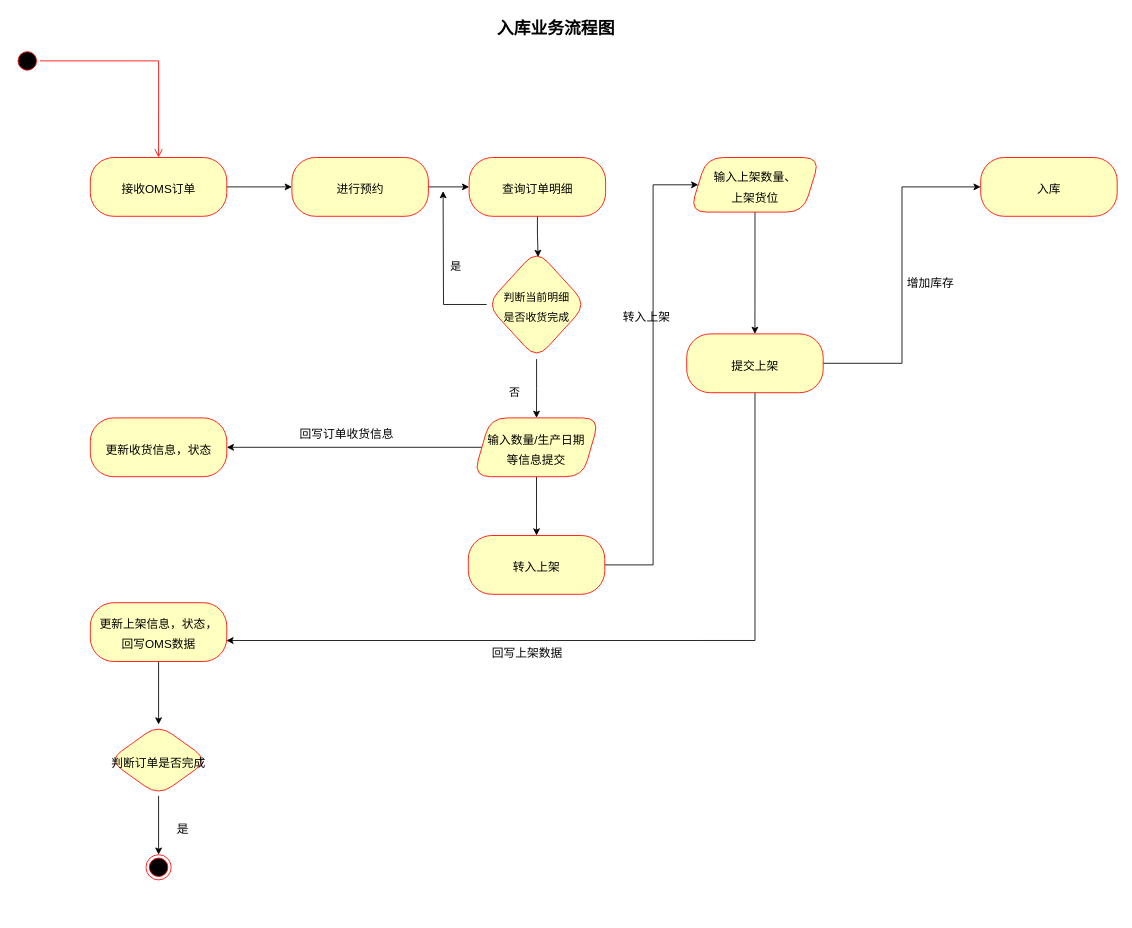
The draw.io diagram pdf/入库业务流程图.drawio in mstao/static, before the edit. Source tidied: cells renumbered, new cells numbered last; positions are measured from the earlier drawing's top-left corner, leaving out a move shared by most shapes. Both pictures are drawn from the tidied source at 84%, with x=0, y=0 at pixel (14, 14).
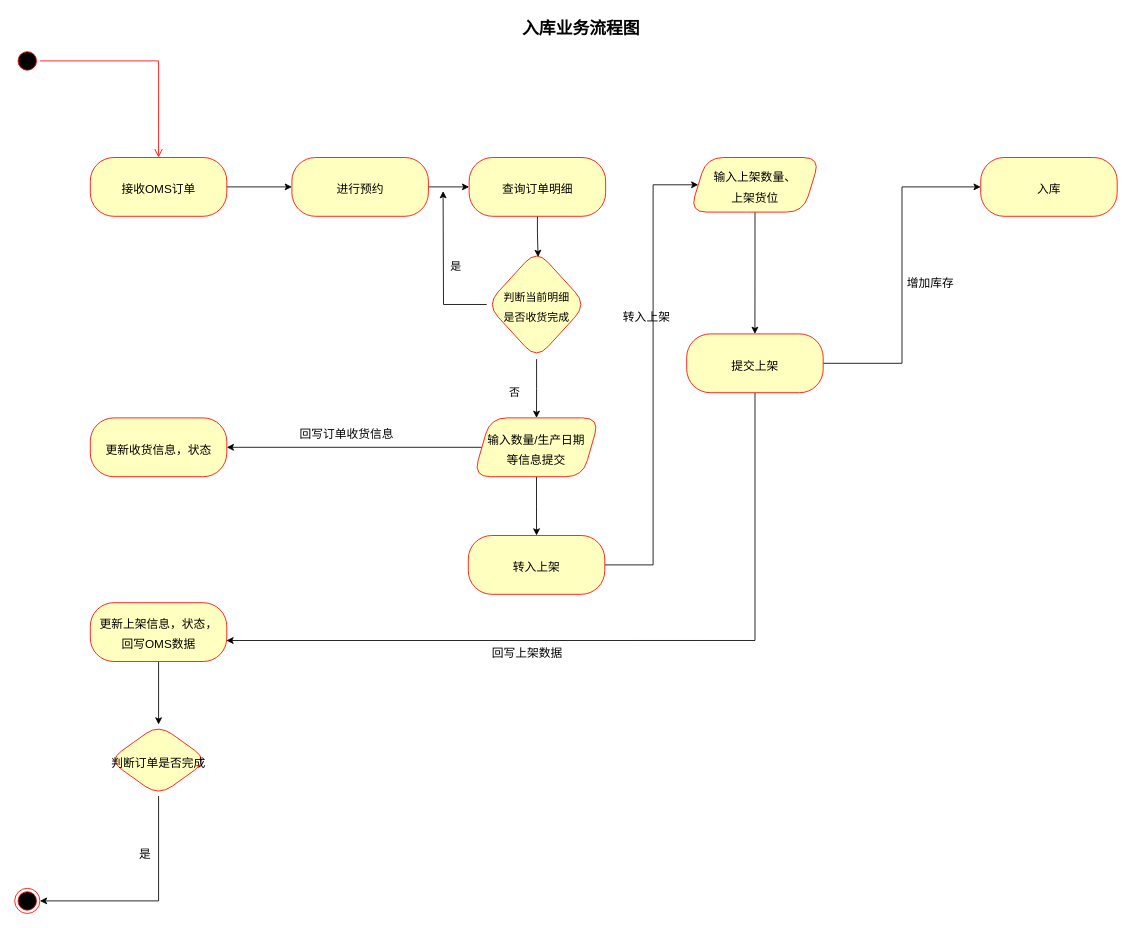
After the change.

Commit message (it also covers changes not shown here):
Update 入库业务流程图.drawio

The change refers to these unchanged cells:
```xml
<mxCell id="36" value="&lt;font style=&quot;font-size: 14px&quot;&gt;判断订单是否完成&lt;/font&gt;" style="rhombus;whiteSpace=wrap;html=1;fontSize=20;fillColor=#ffffc0;strokeColor=#ff0000;fontColor=#000000;rounded=1;arcSize=40;" parent="1" vertex="1">
  <mxGeometry x="111.9" y="845" width="118.8" height="85" as="geometry" />
</mxCell>
```

The edit, as a diff of the source:
```diff
@@
     <mxCell id="2" value="入库业务流程图" style="text;html=1;strokeColor=none;fillColor=none;align=center;verticalAlign=middle;whiteSpace=wrap;rounded=0;fontSize=20;fontStyle=1;" parent="1" vertex="1">
-      <mxGeometry x="560" width="169" height="30" as="geometry" />
+      <mxGeometry x="590" width="169" height="30" as="geometry" />
     </mxCell>
@@
     <mxCell id="11" style="ellipse;html=1;shape=endState;fillColor=#000000;strokeColor=#ff0000;fontSize=20;" parent="1" vertex="1">
-      <mxGeometry x="156.3" y="1000" width="30" height="30" as="geometry" />
+      <mxGeometry y="1040" width="30" height="30" as="geometry" />
     </mxCell>
@@
-    <mxCell id="35" style="edgeStyle=orthogonalEdgeStyle;rounded=0;jettySize=auto;html=1;entryX=0.5;entryY=0;entryDx=0;entryDy=0;fontSize=14;fontColor=none;" parent="1" edge="1" source="36" target="11">
-      <mxGeometry relative="1" as="geometry" />
+    <mxCell id="35" style="edgeStyle=orthogonalEdgeStyle;rounded=0;jettySize=auto;html=1;entryX=1;entryY=0.5;entryDx=0;entryDy=0;fontSize=14;fontColor=none;" parent="1" edge="1" source="36" target="11">
+      <mxGeometry relative="1" as="geometry">
+        <Array as="points">
+          <mxPoint x="171" y="1055" />
+        </Array>
+      </mxGeometry>
     </mxCell>
@@
     <mxCell id="37" value="是" style="text;html=1;align=center;verticalAlign=middle;strokeColor=none;fillColor=none;fontSize=14;fontColor=none;" parent="1" vertex="1">
-      <mxGeometry x="185" y="960" width="30" height="20" as="geometry" />
+      <mxGeometry x="140" y="990" width="30" height="20" as="geometry" />
     </mxCell>
```
